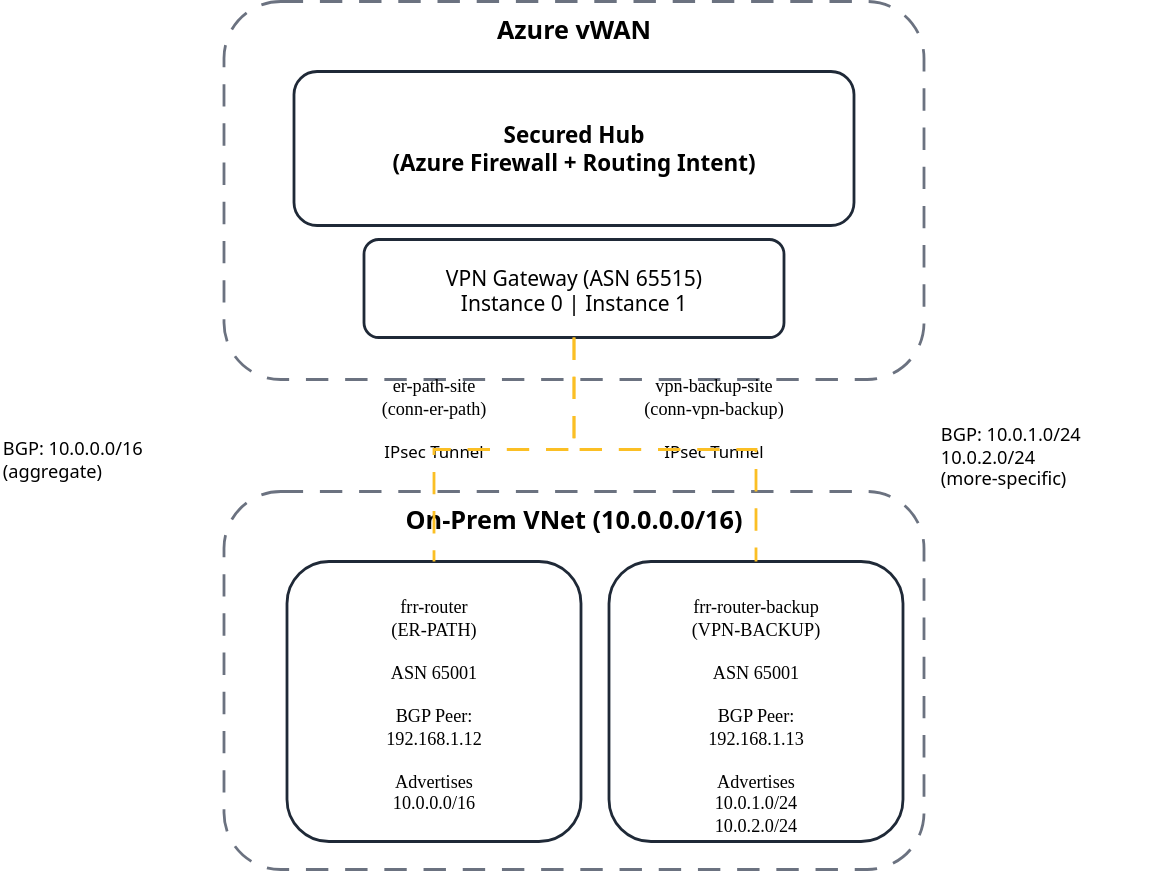
Before: image/vwan-vpn-failover.drawio.svg, a diagram exported from draw.io (colinweiner111/azure-vwan-vpn-failover). Source tidied: cells renumbered, new cells last; positions are measured from the earlier drawing's top-left corner, leaving out a move shared by most shapes. The source it was exported from:
```xml
<mxGraphModel>
  <root>
    <mxCell id="0" />
    <mxCell id="1" parent="0" />
    <mxCell id="2" style="rounded=1;whiteSpace=wrap;html=1;dashed=1;dashPattern=8 6;strokeWidth=2;strokeColor=#6B7280;fillColor=none;" parent="1" vertex="1">
      <mxGeometry x="160" width="500" height="270" as="geometry" />
    </mxCell>
    <mxCell id="3" value="Azure vWAN" style="text;html=1;align=center;verticalAlign=middle;whiteSpace=wrap;rounded=0;fontFamily=Segoe UI;fontSize=18;fontStyle=1;" parent="1" vertex="1">
      <mxGeometry x="160" y="5" width="500" height="30" as="geometry" />
    </mxCell>
    <mxCell id="4" value="Secured Hub&#10;(Azure Firewall + Routing Intent)" style="rounded=1;whiteSpace=wrap;html=1;strokeWidth=2;strokeColor=#1F2937;fillColor=#FFFFFF;fontFamily=Segoe UI;fontSize=16;fontStyle=1;align=center;verticalAlign=middle;spacing=10;" parent="1" vertex="1">
      <mxGeometry x="210" y="50" width="400" height="110" as="geometry" />
    </mxCell>
    <mxCell id="5" value="VPN Gateway (ASN 65515)&#10;Instance 0    |    Instance 1" style="rounded=1;whiteSpace=wrap;html=1;strokeWidth=2;strokeColor=#1F2937;fillColor=#FFFFFF;fontFamily=Segoe UI;fontSize=15;align=center;verticalAlign=middle;spacing=10;" parent="1" vertex="1">
      <mxGeometry x="260" y="170" width="300" height="70" as="geometry" />
    </mxCell>
    <mxCell id="6" value="er-path-site&#10;(conn-er-path)" style="text;html=1;align=center;verticalAlign=top;whiteSpace=wrap;fontFamily=Consolas;fontSize=13;" parent="1" vertex="1">
      <mxGeometry x="210" y="260" width="200" height="40" as="geometry" />
    </mxCell>
    <mxCell id="7" value="vpn-backup-site&#10;(conn-vpn-backup)" style="text;html=1;align=center;verticalAlign=top;whiteSpace=wrap;fontFamily=Consolas;fontSize=13;" parent="1" vertex="1">
      <mxGeometry x="410" y="260" width="200" height="40" as="geometry" />
    </mxCell>
    <mxCell id="8" value="IPsec Tunnel" style="text;html=1;align=center;verticalAlign=middle;whiteSpace=wrap;fontFamily=Segoe UI;fontSize=12;opacity=90;" parent="1" vertex="1">
      <mxGeometry x="240" y="312" width="140" height="20" as="geometry" />
    </mxCell>
    <mxCell id="9" value="IPsec Tunnel" style="text;html=1;align=center;verticalAlign=middle;whiteSpace=wrap;fontFamily=Segoe UI;fontSize=12;opacity=90;" parent="1" vertex="1">
      <mxGeometry x="440" y="312" width="140" height="20" as="geometry" />
    </mxCell>
    <mxCell id="10" value="BGP: 10.0.0.0/16&#10;(aggregate)" style="text;html=1;align=left;verticalAlign=top;whiteSpace=wrap;fontFamily=Segoe UI;fontSize=13;" parent="1" vertex="1">
      <mxGeometry y="305" width="200" height="50" as="geometry" />
    </mxCell>
    <mxCell id="11" value="BGP: 10.0.1.0/24&#10;10.0.2.0/24&#10;(more-specific)" style="text;html=1;align=left;verticalAlign=top;whiteSpace=wrap;fontFamily=Segoe UI;fontSize=13;" parent="1" vertex="1">
      <mxGeometry x="670" y="295" width="170" height="70" as="geometry" />
    </mxCell>
    <mxCell id="12" style="rounded=1;whiteSpace=wrap;html=1;dashed=1;dashPattern=8 6;strokeWidth=2;strokeColor=#6B7280;fillColor=none;" parent="1" vertex="1">
      <mxGeometry x="160" y="350" width="500" height="270" as="geometry" />
    </mxCell>
    <mxCell id="13" value="On-Prem VNet (10.0.0.0/16)" style="text;html=1;align=center;verticalAlign=middle;whiteSpace=wrap;rounded=0;fontFamily=Segoe UI;fontSize=18;fontStyle=1;" parent="1" vertex="1">
      <mxGeometry x="160" y="355" width="500" height="30" as="geometry" />
    </mxCell>
    <mxCell id="14" value="frr-router&#10;(ER-PATH)&#10;&#10;ASN 65001&#10;&#10;BGP Peer:&#10;192.168.1.12&#10;&#10;Advertises&#10;10.0.0.0/16" style="rounded=1;whiteSpace=wrap;html=1;strokeWidth=2;strokeColor=#1F2937;fillColor=#FFFFFF;fontFamily=Consolas;fontSize=13;align=center;verticalAlign=top;spacingTop=10;spacing=10;" parent="1" vertex="1">
      <mxGeometry x="205" y="400" width="210" height="200" as="geometry" />
    </mxCell>
    <mxCell id="15" value="frr-router-backup&#10;(VPN-BACKUP)&#10;&#10;ASN 65001&#10;&#10;BGP Peer:&#10;192.168.1.13&#10;&#10;Advertises&#10;10.0.1.0/24&#10;10.0.2.0/24" style="rounded=1;whiteSpace=wrap;html=1;strokeWidth=2;strokeColor=#1F2937;fillColor=#FFFFFF;fontFamily=Consolas;fontSize=13;align=center;verticalAlign=top;spacingTop=10;spacing=10;" parent="1" vertex="1">
      <mxGeometry x="435" y="400" width="210" height="200" as="geometry" />
    </mxCell>
    <mxCell id="16" style="edgeStyle=orthogonalEdgeStyle;rounded=0;jettySize=auto;html=1;endArrow=none;startArrow=none;dashed=1;dashPattern=8 6;strokeWidth=2;strokeColor=#FBBF24;" parent="1" edge="1" source="5" target="14">
      <mxGeometry relative="1" as="geometry" />
    </mxCell>
    <mxCell id="17" style="edgeStyle=orthogonalEdgeStyle;rounded=0;jettySize=auto;html=1;endArrow=none;startArrow=none;dashed=1;dashPattern=8 6;strokeWidth=2;strokeColor=#FBBF24;" parent="1" edge="1" source="5" target="15">
      <mxGeometry relative="1" as="geometry" />
    </mxCell>
  </root>
</mxGraphModel>
```
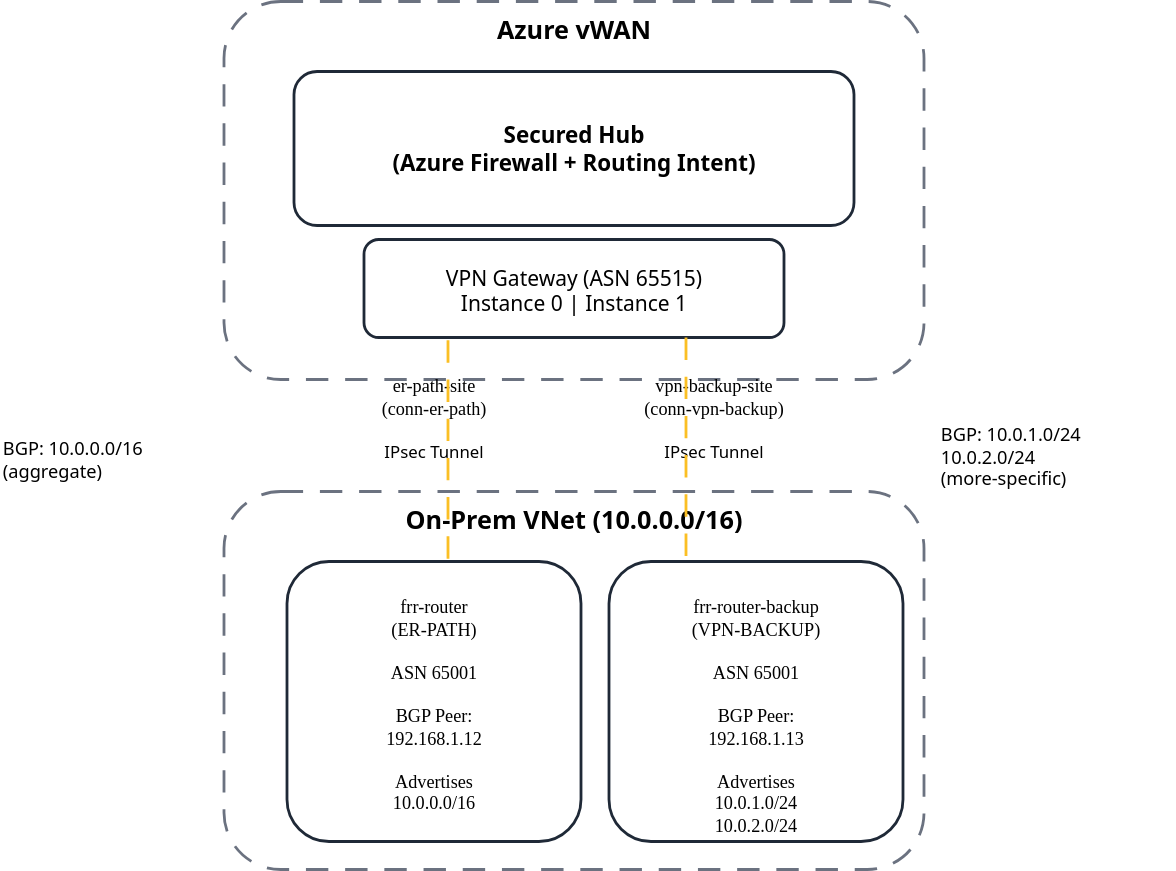
After the change.

Commit message:
Update architecture diagram

Change to the diagram source:
```diff
@@ -44,11 +44,23 @@
     <mxCell id="15" value="frr-router-backup&#10;(VPN-BACKUP)&#10;&#10;ASN 65001&#10;&#10;BGP Peer:&#10;192.168.1.13&#10;&#10;Advertises&#10;10.0.1.0/24&#10;10.0.2.0/24" style="rounded=1;whiteSpace=wrap;html=1;strokeWidth=2;strokeColor=#1F2937;fillColor=#FFFFFF;fontFamily=Consolas;fontSize=13;align=center;verticalAlign=top;spacingTop=10;spacing=10;" parent="1" vertex="1">
       <mxGeometry x="435" y="400" width="210" height="200" as="geometry" />
     </mxCell>
-    <mxCell id="16" style="edgeStyle=orthogonalEdgeStyle;rounded=0;jettySize=auto;html=1;endArrow=none;startArrow=none;dashed=1;dashPattern=8 6;strokeWidth=2;strokeColor=#FBBF24;" parent="1" edge="1" source="5" target="14">
-      <mxGeometry relative="1" as="geometry" />
-    </mxCell>
-    <mxCell id="17" style="edgeStyle=orthogonalEdgeStyle;rounded=0;jettySize=auto;html=1;endArrow=none;startArrow=none;dashed=1;dashPattern=8 6;strokeWidth=2;strokeColor=#FBBF24;" parent="1" edge="1" source="5" target="15">
-      <mxGeometry relative="1" as="geometry" />
+    <mxCell id="17" style="edgeStyle=orthogonalEdgeStyle;rounded=0;html=1;endArrow=none;startArrow=none;dashed=1;dashPattern=8 6;strokeWidth=2;strokeColor=#FBBF24;" parent="1" edge="1" source="5" target="15">
+      <mxGeometry relative="1" as="geometry">
+        <Array as="points">
+          <mxPoint x="490" y="260" />
+          <mxPoint x="490" y="390" />
+        </Array>
+      </mxGeometry>
     </mxCell>
+    <mxCell id="18" style="edgeStyle=orthogonalEdgeStyle;rounded=0;html=1;endArrow=none;startArrow=none;dashed=1;dashPattern=8 6;strokeWidth=2;strokeColor=#FBBF24;" parent="1" edge="1">
+      <mxGeometry relative="1" as="geometry">
+        <mxPoint x="320" y="242" as="sourcePoint" />
+        <mxPoint x="320" y="402" as="targetPoint" />
+        <Array as="points">
+          <mxPoint x="320" y="262" />
+          <mxPoint x="320" y="392" />
+        </Array>
+      </mxGeometry>
+    </mxCell>
   </root>
 </mxGraphModel>
```
